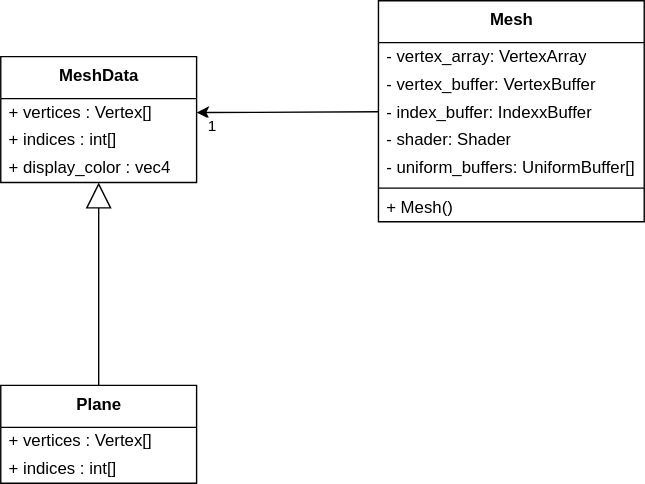
Above: docs/meshes/primitives.drawio.svg in wolfel1/Raytracy (draw.io), before the change. Source tidied: cells renumbered, new cells last; positions are measured from the earlier drawing's top-left corner, leaving out a move shared by most shapes.
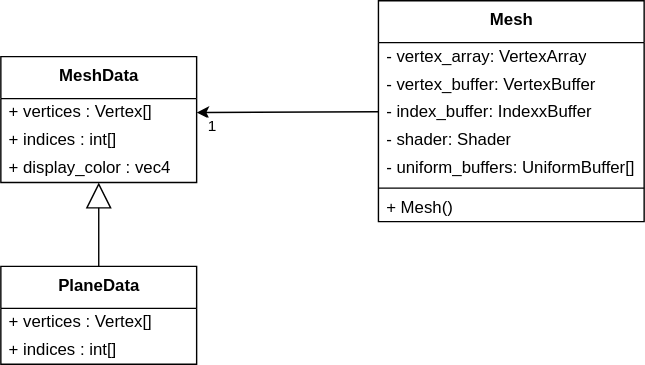
The same diagram one commit later.

Change to the diagram source:
```diff
@@ -49,8 +49,8 @@
     <mxCell id="16" value="+ Mesh()" style="text;html=1;strokeColor=none;fillColor=none;align=left;verticalAlign=middle;spacingLeft=4;spacingRight=4;overflow=hidden;" parent="9" vertex="1">
       <mxGeometry y="138" width="190" height="20" as="geometry" />
     </mxCell>
-    <mxCell id="17" value="&lt;b&gt;Plane&lt;/b&gt;" style="swimlane;fontStyle=0;align=center;verticalAlign=top;horizontal=1;startSize=30;html=1;fillColor=rgb(255, 255, 255);" parent="1" vertex="1">
-      <mxGeometry y="275" width="140" height="70" as="geometry" />
+    <mxCell id="17" value="&lt;b&gt;PlaneData&lt;/b&gt;" style="swimlane;fontStyle=0;align=center;verticalAlign=top;horizontal=1;startSize=30;html=1;fillColor=rgb(255, 255, 255);" parent="1" vertex="1">
+      <mxGeometry y="190" width="140" height="70" as="geometry" />
     </mxCell>
     <mxCell id="18" value="+ vertices : Vertex[]" style="text;html=1;strokeColor=none;fillColor=none;align=left;verticalAlign=middle;spacingLeft=4;spacingRight=4;overflow=hidden;" parent="17" vertex="1">
       <mxGeometry y="30" width="140" height="20" as="geometry" />
```
